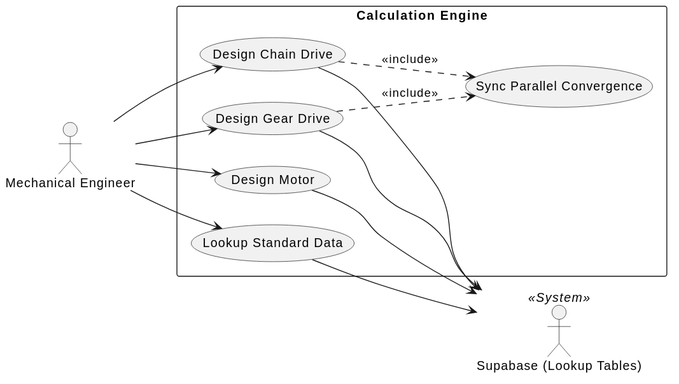
The PlantUML diagram docs/uml/uc_calc.svg in dvydinh/mechdrive, before a commit. The source it was exported from:
```plantuml
@startuml
left to right direction
skinparam packageStyle rectangle

actor "Mechanical Engineer" as eng

package "Calculation Engine" {
  usecase "Design Motor" as UC5
  usecase "Design Chain Drive" as UC6
  usecase "Design Gear Drive" as UC7
  usecase "Sync Parallel Convergence" as UC8
  usecase "Lookup Standard Data" as UC9
}

actor "Supabase (Lookup Tables)" as db << System >>

eng --> UC5
eng --> UC6
eng --> UC7
eng --> UC9

UC6 ..> UC8 : <<include>>
UC7 ..> UC8 : <<include>>

UC5 --> db
UC6 --> db
UC7 --> db
UC9 --> db
@enduml
```
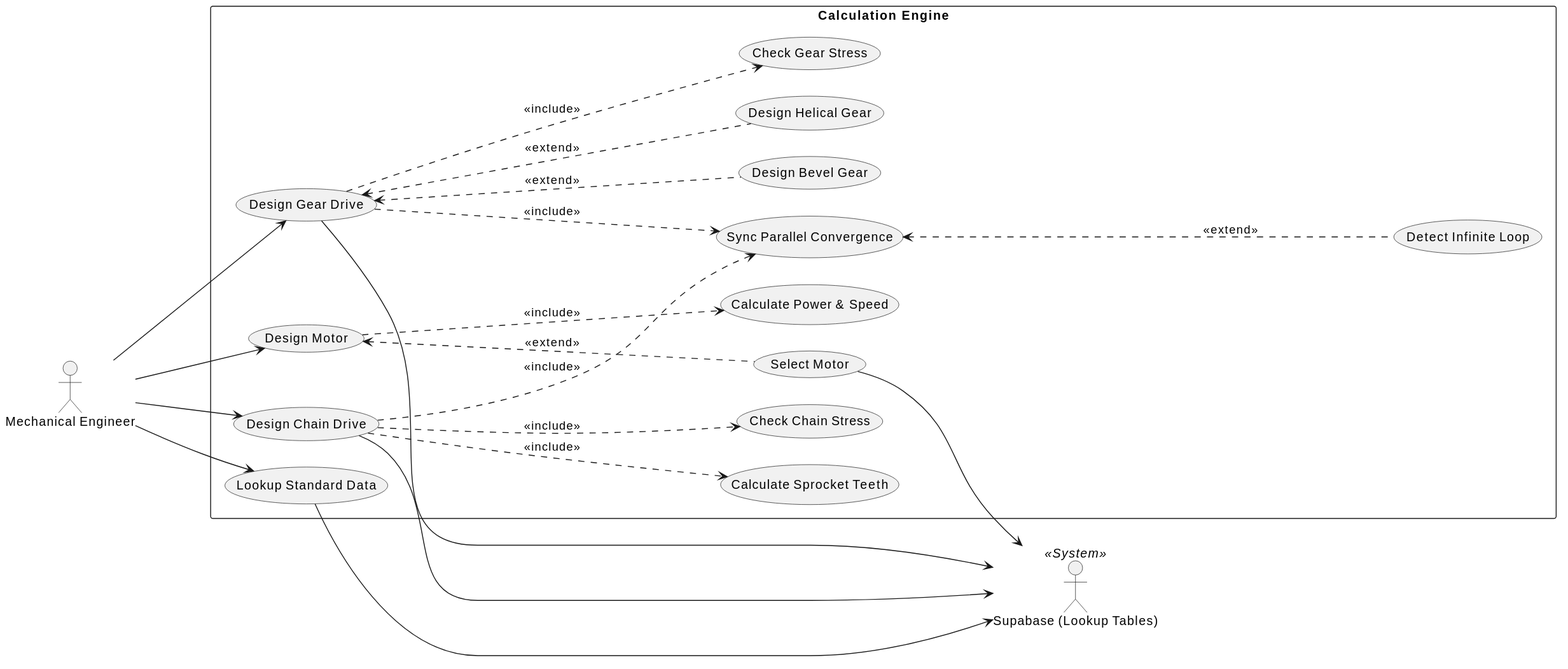
After the commit.

Commit message:
sua layout usecase

The edit, as a diff of the source:
```diff
@@ -1,29 +1,54 @@
 @startuml
 left to right direction
 skinparam packageStyle rectangle
+skinparam nodesep 30
+skinparam ranksep 100
+skinparam wrapWidth 200
 
 actor "Mechanical Engineer" as eng
+actor "Supabase (Lookup Tables)" as db << System >>
 
 package "Calculation Engine" {
-  usecase "Design Motor" as UC5
-  usecase "Design Chain Drive" as UC6
-  usecase "Design Gear Drive" as UC7
-  usecase "Sync Parallel Convergence" as UC8
-  usecase "Lookup Standard Data" as UC9
+  usecase "Design Motor" as UC1
+  usecase "Calculate Power & Speed" as UC1_1
+  usecase "Select Motor" as UC1_2
+
+  usecase "Design Chain Drive" as UC2
+  usecase "Calculate Sprocket Teeth" as UC2_1
+  usecase "Check Chain Stress" as UC2_2
+
+  usecase "Design Gear Drive" as UC3
+  usecase "Design Bevel Gear" as UC3_1
+  usecase "Design Helical Gear" as UC3_2
+  usecase "Check Gear Stress" as UC3_3
+
+  usecase "Sync Parallel Convergence" as UC4
+  usecase "Detect Infinite Loop" as UC4_1
+
+  usecase "Lookup Standard Data" as UC5
 }
 
-actor "Supabase (Lookup Tables)" as db << System >>
+eng --> UC1
+UC1 ..down..> UC1_1 : <<include>>
+UC1_2 ..up..> UC1 : <<extend>>
+
+eng --> UC2
+UC2 ..down..> UC2_1 : <<include>>
+UC2 ..down..> UC2_2 : <<include>>
+
+eng --> UC3
+UC3_1 ..up..> UC3 : <<extend>>
+UC3_2 ..up..> UC3 : <<extend>>
+UC3 ..down..> UC3_3 : <<include>>
+
+UC2 ..down..> UC4 : <<include>>
+UC3 ..down..> UC4 : <<include>>
+UC4_1 ..up..> UC4 : <<extend>>
 
 eng --> UC5
-eng --> UC6
-eng --> UC7
-eng --> UC9
 
-UC6 ..> UC8 : <<include>>
-UC7 ..> UC8 : <<include>>
-
+UC1_2 --> db
+UC2 --> db
+UC3 --> db
 UC5 --> db
-UC6 --> db
-UC7 --> db
-UC9 --> db
 @enduml
```
